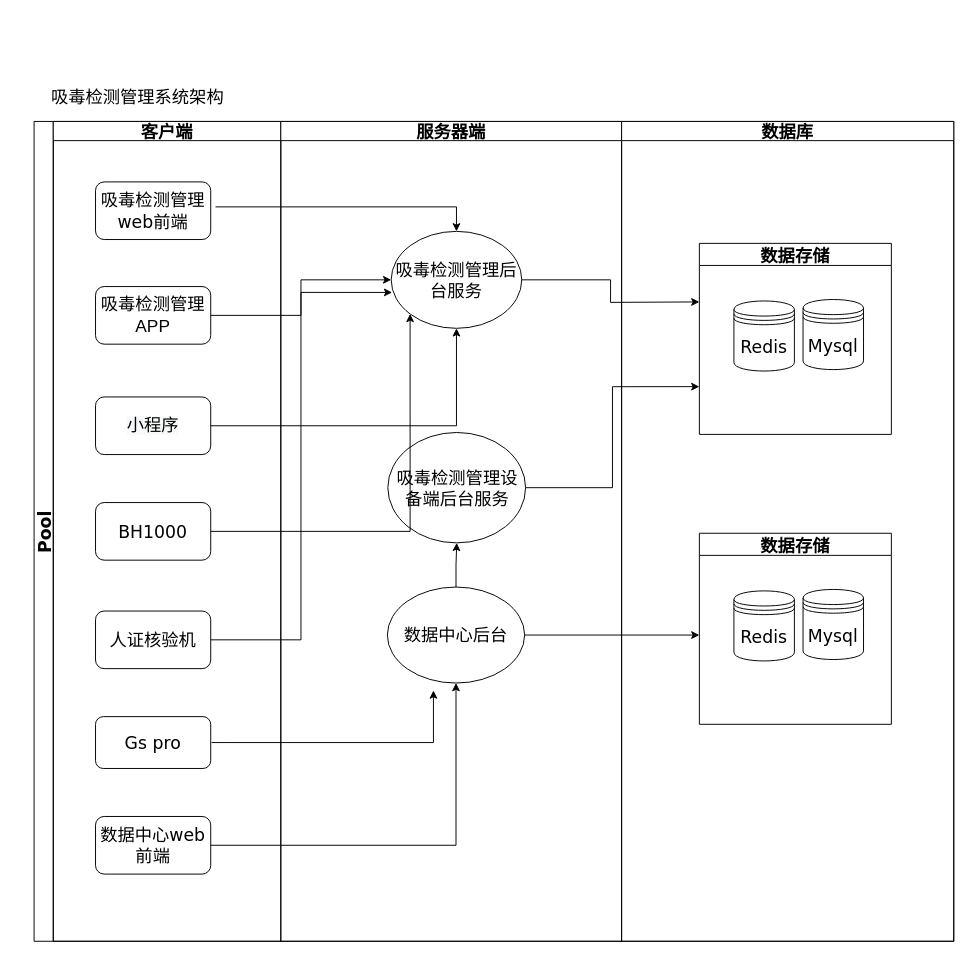
This is page "吸毒检测管理系统架构2" (5 of 5) of 未命名绘图.drawio from lliecho/test, a draw.io file, before an edit. Source tidied: cells renumbered, new cells numbered last; positions are measured from the earlier drawing's top-left corner, leaving out a move shared by most shapes. Both pictures are drawn from the tidied source at 96%, with x=0, y=0 at pixel (34, 77).
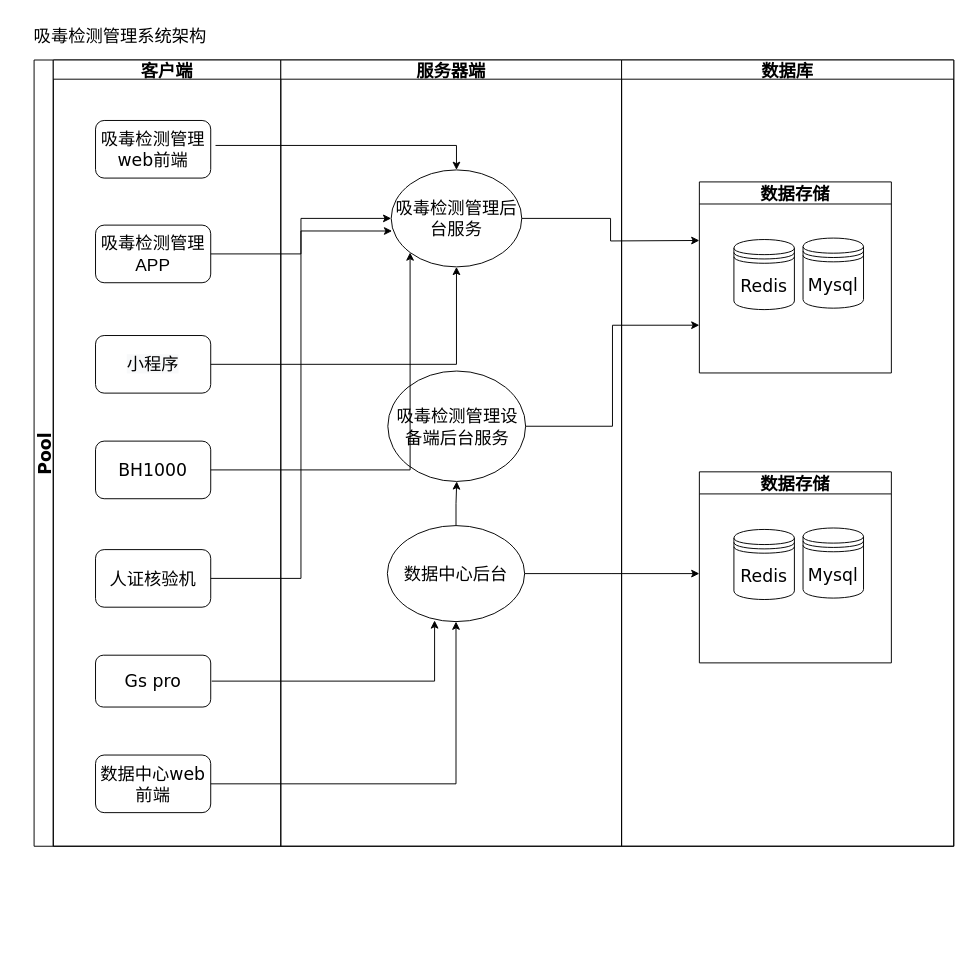
The same page after the edit.

Commit message:
更新未命名绘图.drawio

The change refers to these unchanged cells:
```xml
<mxCell id="13" value="吸毒检测管理后台服务" style="ellipse;whiteSpace=wrap;html=1;fontFamily=Verdana;fontSize=18;" parent="12" vertex="1">
  <mxGeometry x="115" y="114.5" width="136" height="101" as="geometry" />
</mxCell>
<mxCell id="16" value="数据中心后台" style="ellipse;whiteSpace=wrap;html=1;fontFamily=Verdana;fontSize=18;" parent="12" vertex="1">
  <mxGeometry x="111" y="485" width="143" height="100" as="geometry" />
</mxCell>
```

Change to the diagram source:
```diff
@@
     <mxCell id="2" value="Pool" style="swimlane;startSize=20;horizontal=0;fontFamily=Verdana;fontSize=18;" parent="1" vertex="1">
-      <mxGeometry y="46" width="958" height="854" as="geometry" />
+      <mxGeometry y="-18" width="958" height="819" as="geometry" />
     </mxCell>
     <mxCell id="3" value="客户端" style="swimlane;startSize=20;fontFamily=Verdana;fontSize=18;" parent="2" vertex="1">
-      <mxGeometry x="20" width="237" height="854" as="geometry" />
+      <mxGeometry x="20" width="237" height="819" as="geometry" />
     </mxCell>
@@
     <mxCell id="12" value="服务器端" style="swimlane;startSize=20;fontFamily=Verdana;fontSize=18;" parent="2" vertex="1">
-      <mxGeometry x="257" width="355" height="854" as="geometry" />
+      <mxGeometry x="257" width="355" height="819" as="geometry" />
     </mxCell>
@@
     <mxCell id="17" value="数据库" style="swimlane;startSize=20;fontFamily=Verdana;fontSize=18;" parent="2" vertex="1">
-      <mxGeometry x="612" width="346" height="854" as="geometry" />
+      <mxGeometry x="612" width="346" height="819" as="geometry" />
     </mxCell>
@@
-    <mxCell id="27" style="edgeStyle=orthogonalEdgeStyle;rounded=0;orthogonalLoop=1;jettySize=auto;html=1;fontFamily=Verdana;fontSize=18;entryX=0.224;entryY=0.928;entryDx=0;entryDy=0;entryPerimeter=0;" parent="2" edge="1">
+    <mxCell id="27" style="edgeStyle=orthogonalEdgeStyle;rounded=0;jettySize=auto;html=1;fontFamily=Verdana;fontSize=18;entryX=0.344;entryY=0.988;entryDx=0;entryDy=0;entryPerimeter=0;" parent="2" edge="1" target="16">
       <mxGeometry relative="1" as="geometry">
         <mxPoint x="185" y="647" as="sourcePoint" />
-        <mxPoint x="416" y="592.8" as="targetPoint" />
         <Array as="points">
-          <mxPoint x="200" y="647" />
-          <mxPoint x="416" y="647" />
+          <mxPoint x="417" y="647" />
         </Array>
       </mxGeometry>
     </mxCell>
@@
     <mxCell id="31" value="吸毒检测管理系统架构" style="text;html=1;strokeColor=none;fillColor=none;align=center;verticalAlign=middle;whiteSpace=wrap;rounded=0;fontFamily=Verdana;fontSize=18;" parent="1" vertex="1">
-      <mxGeometry width="216" height="39" as="geometry" />
+      <mxGeometry x="-18" y="-63" width="216" height="39" as="geometry" />
     </mxCell>
     <mxCell id="32" style="edgeStyle=orthogonalEdgeStyle;rounded=0;jettySize=auto;html=1;fontFamily=Verdana;fontSize=18;" parent="1" edge="1" source="16">
       <mxGeometry relative="1" as="geometry">
-        <mxPoint x="693" y="581" as="targetPoint" />
+        <mxPoint x="693" y="517" as="targetPoint" />
       </mxGeometry>
     </mxCell>
     <mxCell id="33" style="edgeStyle=orthogonalEdgeStyle;rounded=0;jettySize=auto;html=1;fontFamily=Verdana;fontSize=18;" parent="1" edge="1" source="13">
       <mxGeometry relative="1" as="geometry">
-        <mxPoint x="693" y="234" as="targetPoint" />
+        <mxPoint x="693" y="170" as="targetPoint" />
       </mxGeometry>
     </mxCell>
```
